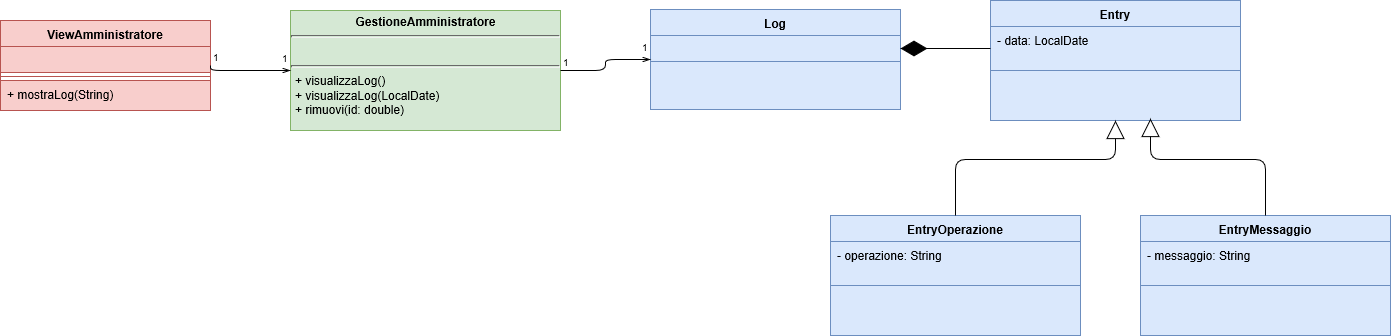
Earlier version of the draw.io export Reingegnerizzazione/DettaglioAmministratore.png (SundavarBlaka/Alexandria). Source tidied: cells renumbered, new cells last; positions are measured from the earlier drawing's top-left corner, leaving out a move shared by most shapes.
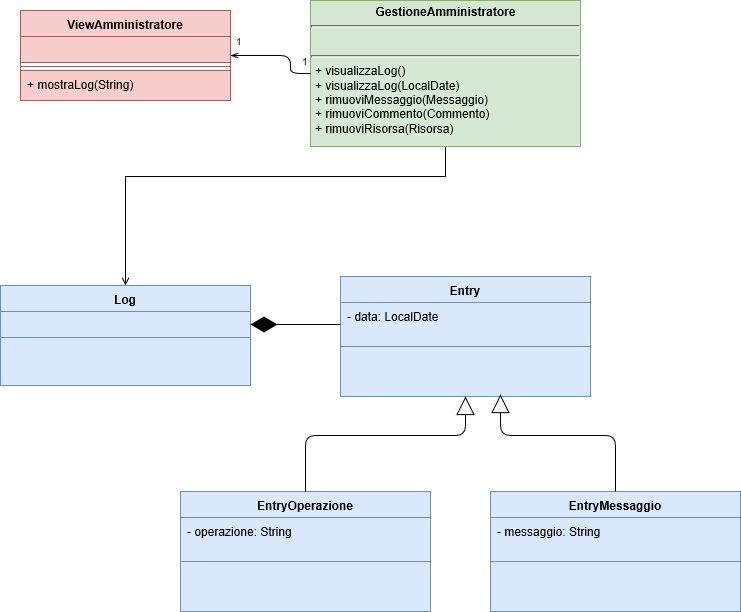
After the commit.

The edit, as a diff of the source:
```diff
@@ -2,8 +2,16 @@
   <root>
     <mxCell id="0" />
     <mxCell id="1" parent="0" />
+    <mxCell id="21" style="edgeStyle=orthogonalEdgeStyle;rounded=0;jettySize=auto;html=1;entryX=0.5;entryY=0;entryDx=0;entryDy=0;endArrow=open;endFill=0;" parent="1" edge="1" source="2" target="3">
+      <mxGeometry relative="1" as="geometry">
+        <Array as="points">
+          <mxPoint x="1095" y="-100" />
+          <mxPoint x="775" y="-100" />
+        </Array>
+      </mxGeometry>
+    </mxCell>
-    <mxCell id="2" value="&lt;p style=&quot;margin: 0px ; margin-top: 4px ; text-align: center&quot;&gt;&lt;b&gt;GestioneAmministratore&lt;/b&gt;&lt;/p&gt;&lt;p style=&quot;margin: 0px ; margin-top: 4px ; text-align: center&quot;&gt;&lt;i&gt;&lt;/i&gt;&lt;i&gt;&lt;/i&gt;&lt;b&gt;&lt;/b&gt;&lt;/p&gt;&lt;hr size=&quot;1&quot;&gt;&lt;p style=&quot;margin: 0px ; margin-left: 4px&quot;&gt;&lt;br&gt;&lt;/p&gt;&lt;hr size=&quot;1&quot;&gt;&lt;p style=&quot;margin: 0px ; margin-left: 4px&quot;&gt;+ visualizzaLog()&lt;/p&gt;&lt;p style=&quot;margin: 0px ; margin-left: 4px&quot;&gt;+ visualizzaLog(LocalDate)&lt;/p&gt;&lt;p style=&quot;margin: 0px ; margin-left: 4px&quot;&gt;+ rimuovi(id: double)&lt;/p&gt;" style="verticalAlign=top;align=left;overflow=fill;fontSize=12;fontFamily=Helvetica;html=1;fillColor=#d5e8d4;strokeColor=#82b366;" parent="1" vertex="1">
-      <mxGeometry x="290" y="10" width="270" height="120" as="geometry" />
+    <mxCell id="2" value="&lt;p style=&quot;margin: 0px ; margin-top: 4px ; text-align: center&quot;&gt;&lt;b&gt;GestioneAmministratore&lt;/b&gt;&lt;/p&gt;&lt;p style=&quot;margin: 0px ; margin-top: 4px ; text-align: center&quot;&gt;&lt;i&gt;&lt;/i&gt;&lt;i&gt;&lt;/i&gt;&lt;b&gt;&lt;/b&gt;&lt;/p&gt;&lt;hr size=&quot;1&quot;&gt;&lt;p style=&quot;margin: 0px ; margin-left: 4px&quot;&gt;&lt;br&gt;&lt;/p&gt;&lt;hr size=&quot;1&quot;&gt;&lt;p style=&quot;margin: 0px ; margin-left: 4px&quot;&gt;+ visualizzaLog()&lt;/p&gt;&lt;p style=&quot;margin: 0px ; margin-left: 4px&quot;&gt;+ visualizzaLog(LocalDate)&lt;/p&gt;&lt;p style=&quot;margin: 0px ; margin-left: 4px&quot;&gt;+ rimuoviMessaggio(Messaggio)&lt;/p&gt;&lt;p style=&quot;margin: 0px ; margin-left: 4px&quot;&gt;+ rimuoviCommento(Commento)&lt;/p&gt;&lt;p style=&quot;margin: 0px ; margin-left: 4px&quot;&gt;+ rimuoviRisorsa(Risorsa)&lt;/p&gt;" style="verticalAlign=top;align=left;overflow=fill;fontSize=12;fontFamily=Helvetica;html=1;fillColor=#d5e8d4;strokeColor=#82b366;" parent="1" vertex="1">
+      <mxGeometry x="960" y="-276" width="270" height="146" as="geometry" />
     </mxCell>
     <mxCell id="3" value="Log&#10;" style="swimlane;fontStyle=1;align=center;verticalAlign=top;horizontal=1;startSize=26;fillColor=#dae8fc;strokeColor=#6c8ebf;" parent="1" vertex="1">
       <mxGeometry x="650" y="9" width="250" height="100" as="geometry" />
@@ -69,19 +77,8 @@
         </Array>
       </mxGeometry>
     </mxCell>
-    <mxCell id="21" style="endArrow=openThin;html=1;edgeStyle=orthogonalEdgeStyle;exitX=1;exitY=0.5;exitDx=0;exitDy=0;entryX=0;entryY=0.5;entryDx=0;entryDy=0;endFill=0;" parent="1" edge="1" source="2" target="3">
-      <mxGeometry relative="1" as="geometry" />
-    </mxCell>
-    <mxCell id="22" value="1&lt;br&gt;" style="html=1;align=left;verticalAlign=bottom;labelBackgroundColor=#ffffff;fontSize=10;" parent="21" vertex="1">
-      <mxGeometry x="-1" relative="1" as="geometry" />
-    </mxCell>
-    <mxCell id="23" value="1&lt;br&gt;" style="html=1;align=right;verticalAlign=bottom;labelBackgroundColor=#ffffff;fontSize=10;" parent="21" vertex="1">
-      <mxGeometry x="1" relative="1" as="geometry">
-        <mxPoint y="-4" as="offset" />
-      </mxGeometry>
-    </mxCell>
     <mxCell id="24" value="ViewAmministratore" style="swimlane;fontStyle=1;align=center;verticalAlign=top;horizontal=1;startSize=26;fillColor=#f8cecc;strokeColor=#b85450;" parent="1" vertex="1">
-      <mxGeometry y="20" width="210" height="90" as="geometry" />
+      <mxGeometry x="670" y="-266" width="210" height="90" as="geometry" />
     </mxCell>
     <mxCell id="25" style="text;strokeColor=#b85450;fillColor=#f8cecc;align=left;verticalAlign=top;spacingLeft=4;spacingRight=4;overflow=hidden;" parent="24" vertex="1">
       <mxGeometry y="26" width="210" height="26" as="geometry" />
@@ -92,16 +89,18 @@
     <mxCell id="27" value="+ mostraLog(String)&#10;" style="text;strokeColor=#b85450;fillColor=#f8cecc;align=left;verticalAlign=top;spacingLeft=4;spacingRight=4;overflow=hidden;" parent="24" vertex="1">
       <mxGeometry y="60" width="210" height="30" as="geometry" />
     </mxCell>
-    <mxCell id="28" style="endArrow=openThin;html=1;edgeStyle=orthogonalEdgeStyle;exitX=1;exitY=0.5;exitDx=0;exitDy=0;endFill=0;entryX=0;entryY=0.5;entryDx=0;entryDy=0;" parent="1" edge="1" source="24" target="2">
+    <mxCell id="28" style="endArrow=none;html=1;edgeStyle=orthogonalEdgeStyle;exitX=1;exitY=0.5;exitDx=0;exitDy=0;endFill=0;entryX=0;entryY=0.5;entryDx=0;entryDy=0;startArrow=openThin;startFill=0;" parent="1" edge="1" source="24" target="2">
       <mxGeometry relative="1" as="geometry">
         <Array as="points">
-          <mxPoint x="270" y="70" />
-          <mxPoint x="270" y="70" />
+          <mxPoint x="940" y="-221" />
+          <mxPoint x="940" y="-203" />
         </Array>
       </mxGeometry>
     </mxCell>
     <mxCell id="29" value="1&lt;br&gt;" style="html=1;align=left;verticalAlign=bottom;labelBackgroundColor=#ffffff;fontSize=10;" parent="28" vertex="1">
-      <mxGeometry x="-1" relative="1" as="geometry" />
+      <mxGeometry x="-1" relative="1" as="geometry">
+        <mxPoint x="3" y="-6" as="offset" />
+      </mxGeometry>
     </mxCell>
     <mxCell id="30" value="1&lt;br&gt;" style="html=1;align=right;verticalAlign=bottom;labelBackgroundColor=#ffffff;fontSize=10;" parent="28" vertex="1">
       <mxGeometry x="1" relative="1" as="geometry">
```
